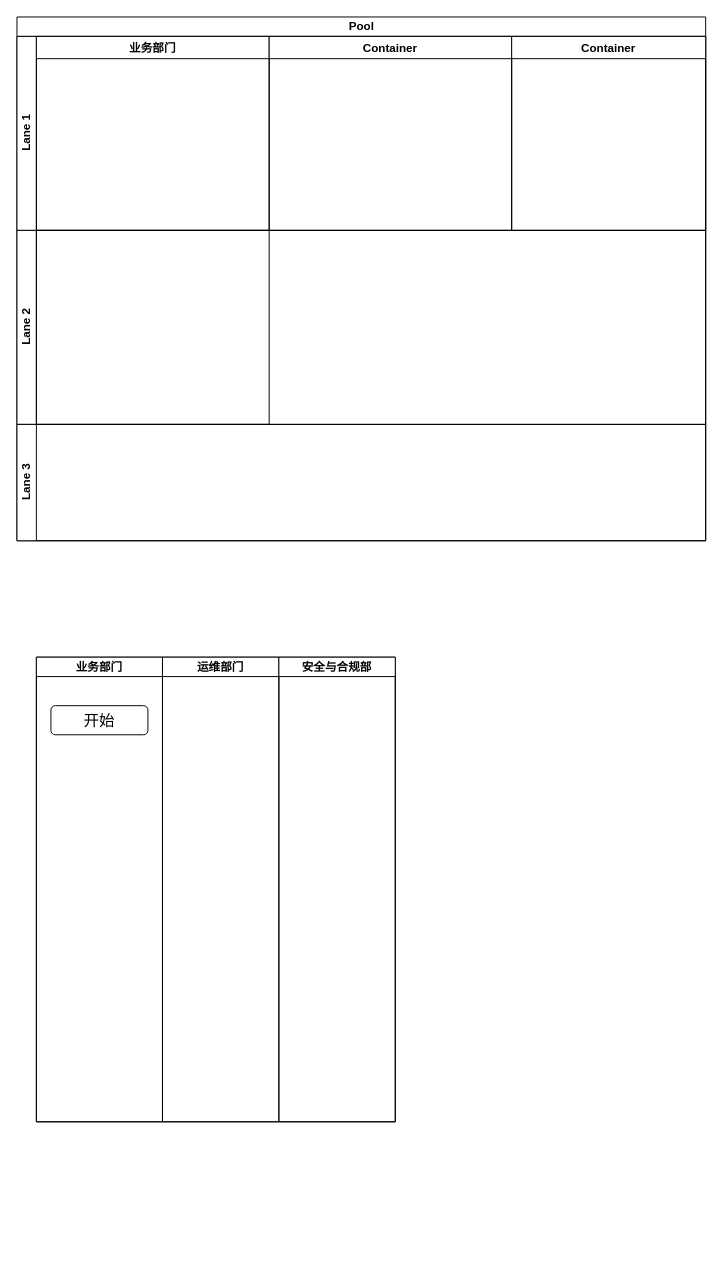
Before: 数据分级保护各场景流程图.drawio in hongweilv-whu/flowCharts, a draw.io diagram. Source tidied: cells renumbered, new cells numbered last; positions are measured from the earlier drawing's top-left corner, leaving out a move shared by most shapes. Both pictures are drawn from the tidied source at 97%, with x=0, y=0 at pixel (16, 16).
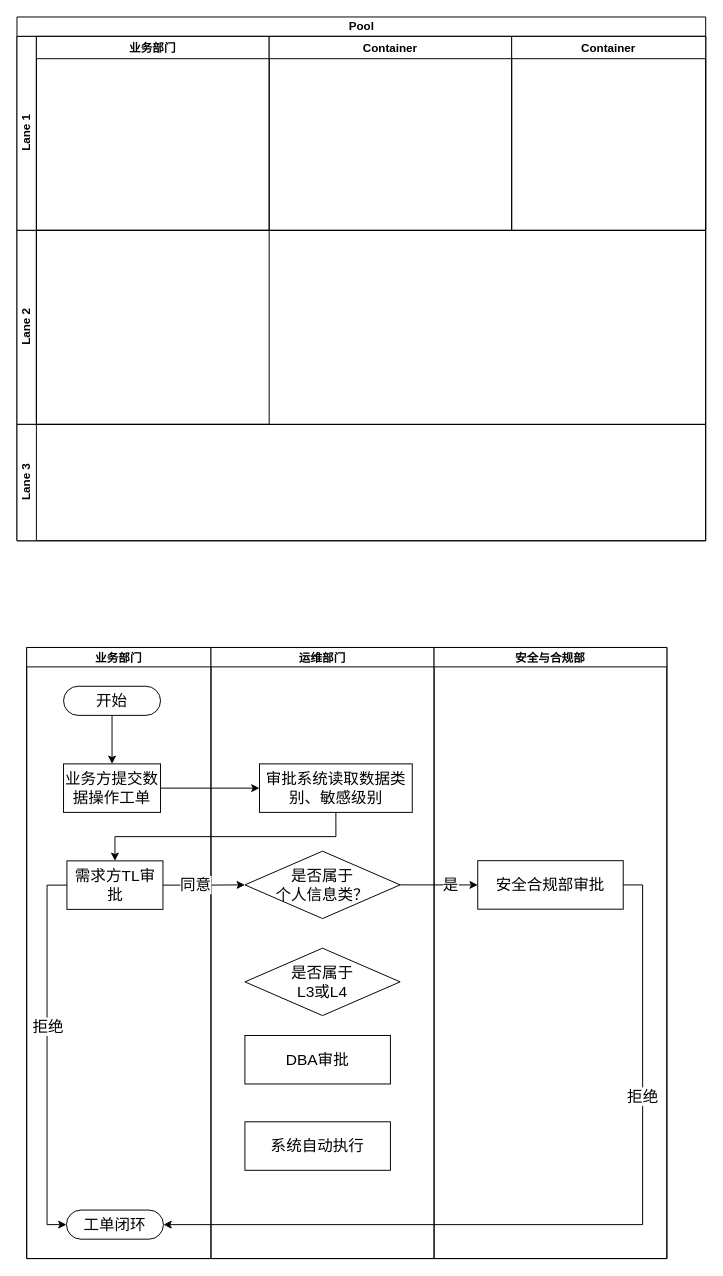
After the change.

Commit message (it also covers changes not shown here):
更新数据分级保护各场景流程图.drawio

Diff of the diagram source:
```diff
@@
     <mxCell id="10" style="swimlane;startSize=0;horizontal=0;" parent="1" vertex="1">
-      <mxGeometry x="20" y="660" width="370" height="479" as="geometry" />
+      <mxGeometry x="10" y="650" width="660" height="630" as="geometry" />
     </mxCell>
     <mxCell id="11" value="业务部门" style="swimlane;startSize=20;" parent="10" vertex="1">
-      <mxGeometry width="130" height="479" as="geometry" />
+      <mxGeometry width="190" height="630" as="geometry" />
     </mxCell>
+    <mxCell id="15" value="&lt;font style=&quot;font-size: 16px;&quot;&gt;业务方提交数据操作工单&lt;/font&gt;" style="rounded=0;whiteSpace=wrap;html=1;" parent="11" vertex="1">
+      <mxGeometry x="38" y="120" width="100" height="50" as="geometry" />
+    </mxCell>
+    <mxCell id="16" style="edgeStyle=orthogonalEdgeStyle;rounded=0;jettySize=auto;html=1;exitX=0.5;exitY=1;exitDx=0;exitDy=0;fontSize=16;" parent="11" edge="1" source="12" target="15">
+      <mxGeometry relative="1" as="geometry" />
+    </mxCell>
-    <mxCell id="12" value="&lt;font style=&quot;font-size: 16px;&quot;&gt;开始&lt;/font&gt;" style="rounded=1;whiteSpace=wrap;html=1;" parent="11" vertex="1">
-      <mxGeometry x="15" y="50" width="100" height="30" as="geometry" />
+    <mxCell id="12" value="开始" style="rounded=1;whiteSpace=wrap;html=1;fontSize=16;arcSize=50;" parent="11" vertex="1">
+      <mxGeometry x="38" y="40" width="100" height="30" as="geometry" />
     </mxCell>
+    <mxCell id="17" style="edgeStyle=orthogonalEdgeStyle;rounded=0;jettySize=auto;html=1;exitX=0;exitY=0.5;exitDx=0;exitDy=0;entryX=0;entryY=0.5;entryDx=0;entryDy=0;fontSize=16;" parent="11" edge="1" source="19" target="20">
+      <mxGeometry relative="1" as="geometry">
+        <Array as="points">
+          <mxPoint x="21" y="245" />
+          <mxPoint x="21" y="595" />
+        </Array>
+      </mxGeometry>
+    </mxCell>
+    <mxCell id="18" value="拒绝" style="edgeLabel;html=1;align=center;verticalAlign=middle;fontSize=16;" parent="17" vertex="1">
+      <mxGeometry x="-0.15" relative="1" as="geometry" />
+    </mxCell>
+    <mxCell id="19" value="&lt;font style=&quot;font-size: 16px;&quot;&gt;需求方TL审批&lt;/font&gt;" style="rounded=0;whiteSpace=wrap;html=1;" parent="11" vertex="1">
+      <mxGeometry x="41.5" y="220" width="99" height="50" as="geometry" />
+    </mxCell>
+    <mxCell id="20" value="工单闭环" style="rounded=1;whiteSpace=wrap;html=1;fontSize=16;arcSize=50;" parent="11" vertex="1">
+      <mxGeometry x="41" y="580" width="100" height="30" as="geometry" />
+    </mxCell>
     <mxCell id="13" value="运维部门" style="swimlane;startSize=20;" parent="10" vertex="1">
-      <mxGeometry x="130" width="120" height="479" as="geometry" />
+      <mxGeometry x="190" width="230" height="630" as="geometry" />
     </mxCell>
+    <mxCell id="21" value="&lt;font style=&quot;font-size: 16px;&quot;&gt;审批系统读取数据类别、敏感级别&lt;/font&gt;" style="rounded=0;whiteSpace=wrap;html=1;" parent="13" vertex="1">
+      <mxGeometry x="50" y="120" width="157.5" height="50" as="geometry" />
+    </mxCell>
+    <mxCell id="22" value="是否属于&lt;br&gt;个人信息类？" style="rhombus;whiteSpace=wrap;html=1;rounded=0;fontSize=16;" parent="13" vertex="1">
+      <mxGeometry x="35" y="210" width="160" height="69.5" as="geometry" />
+    </mxCell>
+    <mxCell id="23" value="是否属于&lt;br&gt;L3或L4" style="rhombus;whiteSpace=wrap;html=1;rounded=0;fontSize=16;" parent="13" vertex="1">
+      <mxGeometry x="35" y="310" width="160" height="69.5" as="geometry" />
+    </mxCell>
+    <mxCell id="24" value="&lt;span style=&quot;font-size: 16px;&quot;&gt;DBA审批&lt;/span&gt;" style="rounded=0;whiteSpace=wrap;html=1;" parent="13" vertex="1">
+      <mxGeometry x="35" y="400" width="150" height="50" as="geometry" />
+    </mxCell>
+    <mxCell id="25" value="&lt;span style=&quot;font-size: 16px;&quot;&gt;系统自动执行&lt;/span&gt;" style="rounded=0;whiteSpace=wrap;html=1;" parent="13" vertex="1">
+      <mxGeometry x="35" y="489" width="150" height="50" as="geometry" />
+    </mxCell>
     <mxCell id="14" value="安全与合规部" style="swimlane;startSize=20;" parent="10" vertex="1">
-      <mxGeometry x="250" width="120" height="479" as="geometry" />
+      <mxGeometry x="420" width="240" height="630" as="geometry" />
     </mxCell>
+    <mxCell id="26" value="&lt;span style=&quot;font-size: 16px;&quot;&gt;安全合规部审批&lt;/span&gt;" style="rounded=0;whiteSpace=wrap;html=1;" parent="14" vertex="1">
+      <mxGeometry x="45" y="219.8" width="150" height="50" as="geometry" />
+    </mxCell>
+    <mxCell id="27" style="edgeStyle=orthogonalEdgeStyle;rounded=0;jettySize=auto;html=1;exitX=1;exitY=0.5;exitDx=0;exitDy=0;entryX=0;entryY=0.5;entryDx=0;entryDy=0;fontSize=16;" parent="10" edge="1" source="15" target="21">
+      <mxGeometry relative="1" as="geometry" />
+    </mxCell>
+    <mxCell id="28" style="edgeStyle=orthogonalEdgeStyle;rounded=0;jettySize=auto;html=1;exitX=0.5;exitY=1;exitDx=0;exitDy=0;entryX=0.5;entryY=0;entryDx=0;entryDy=0;fontSize=16;" parent="10" edge="1" source="21" target="19">
+      <mxGeometry relative="1" as="geometry" />
+    </mxCell>
+    <mxCell id="29" style="edgeStyle=orthogonalEdgeStyle;rounded=0;jettySize=auto;html=1;exitX=1;exitY=0.5;exitDx=0;exitDy=0;entryX=0;entryY=0.5;entryDx=0;entryDy=0;fontSize=16;" parent="10" edge="1" source="19" target="22">
+      <mxGeometry relative="1" as="geometry" />
+    </mxCell>
+    <mxCell id="30" value="同意" style="edgeLabel;html=1;align=center;verticalAlign=middle;fontSize=16;" parent="29" vertex="1">
+      <mxGeometry x="-0.22" y="1" relative="1" as="geometry" />
+    </mxCell>
+    <mxCell id="31" style="edgeStyle=orthogonalEdgeStyle;rounded=0;jettySize=auto;html=1;exitX=1;exitY=0.5;exitDx=0;exitDy=0;entryX=0;entryY=0.5;entryDx=0;entryDy=0;fontSize=16;" parent="10" edge="1" source="22" target="26">
+      <mxGeometry relative="1" as="geometry" />
+    </mxCell>
+    <mxCell id="32" value="是" style="edgeLabel;html=1;align=center;verticalAlign=middle;fontSize=16;" parent="31" vertex="1">
+      <mxGeometry x="0.31" relative="1" as="geometry" />
+    </mxCell>
+    <mxCell id="33" style="edgeStyle=orthogonalEdgeStyle;rounded=0;jettySize=auto;html=1;exitX=1;exitY=0.5;exitDx=0;exitDy=0;entryX=1;entryY=0.5;entryDx=0;entryDy=0;fontSize=16;" parent="10" edge="1" source="26" target="20">
+      <mxGeometry relative="1" as="geometry" />
+    </mxCell>
+    <mxCell id="34" value="拒绝" style="edgeLabel;html=1;align=center;verticalAlign=middle;fontSize=16;" parent="33" vertex="1">
+      <mxGeometry x="-0.45" y="-1" relative="1" as="geometry" />
+    </mxCell>
```
